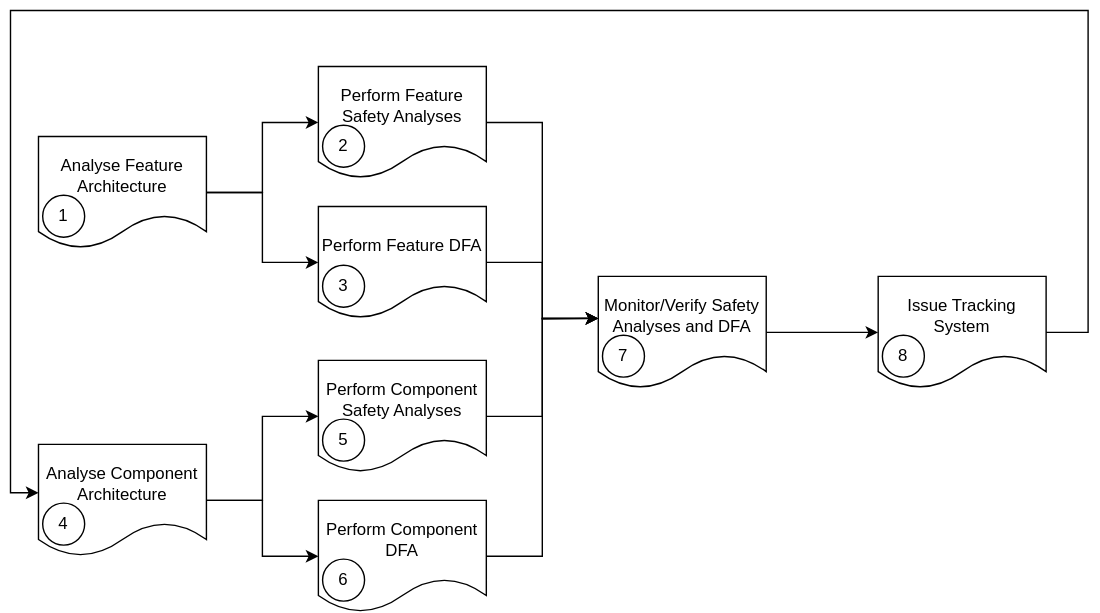
This is docs/process/process_areas/safety_analysis/_assets/safety_analysis_workflow.drawio.svg from qorix-group/score, a draw.io export, as it was before one commit. Source tidied: cells renumbered, new cells last; positions are measured from the earlier drawing's top-left corner, leaving out a move shared by most shapes.
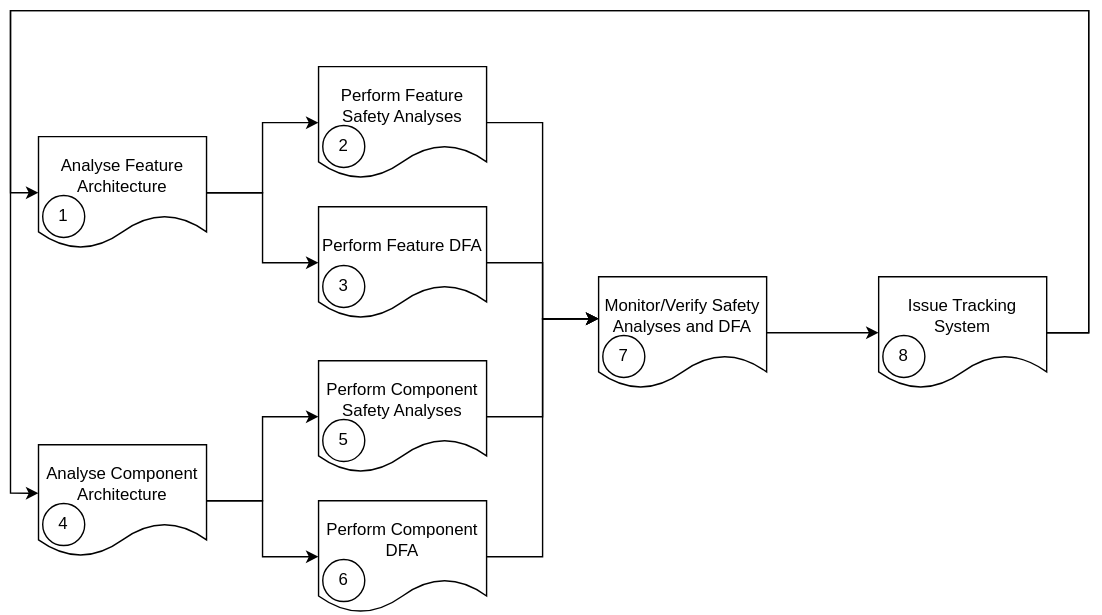
The same diagram one commit later.

The edit, as a diff of the source:
```diff
@@ -85,13 +85,23 @@
         </Array>
       </mxGeometry>
     </mxCell>
+    <mxCell id="28" style="edgeStyle=none;html=1;entryX=0;entryY=0.5;entryDx=0;entryDy=0;exitX=1;exitY=0.5;exitDx=0;exitDy=0;rounded=0;curved=0;" parent="1" edge="1" source="25" target="4">
+      <mxGeometry relative="1" as="geometry">
+        <Array as="points">
+          <mxPoint x="770" y="230" />
+          <mxPoint x="770" />
+          <mxPoint />
+          <mxPoint y="130" />
+        </Array>
+      </mxGeometry>
+    </mxCell>
     <mxCell id="25" value="Issue Tracking System" style="shape=document;whiteSpace=wrap;html=1;boundedLbl=1;" parent="1" vertex="1">
       <mxGeometry x="620" y="190" width="120" height="80" as="geometry" />
     </mxCell>
     <mxCell id="26" value="8" style="ellipse;whiteSpace=wrap;html=1;" parent="1" vertex="1">
       <mxGeometry x="623" y="232" width="30" height="30" as="geometry" />
     </mxCell>
-    <mxCell id="27" style="edgeStyle=orthogonalEdgeStyle;rounded=0;jettySize=auto;html=1;entryX=0;entryY=0.433;entryDx=0;entryDy=0;entryPerimeter=0;exitX=1;exitY=0.5;exitDx=0;exitDy=0;" parent="1" edge="1" source="25" target="8">
+    <mxCell id="27" style="edgeStyle=orthogonalEdgeStyle;rounded=0;jettySize=auto;html=1;entryX=0;entryY=0.433;entryDx=0;entryDy=0;entryPerimeter=0;exitX=1;exitY=0.5;exitDx=0;exitDy=0;strokeWidth=1;" parent="1" edge="1" source="25" target="8">
       <mxGeometry relative="1" as="geometry">
         <Array as="points">
           <mxPoint x="770" y="230" />
```
